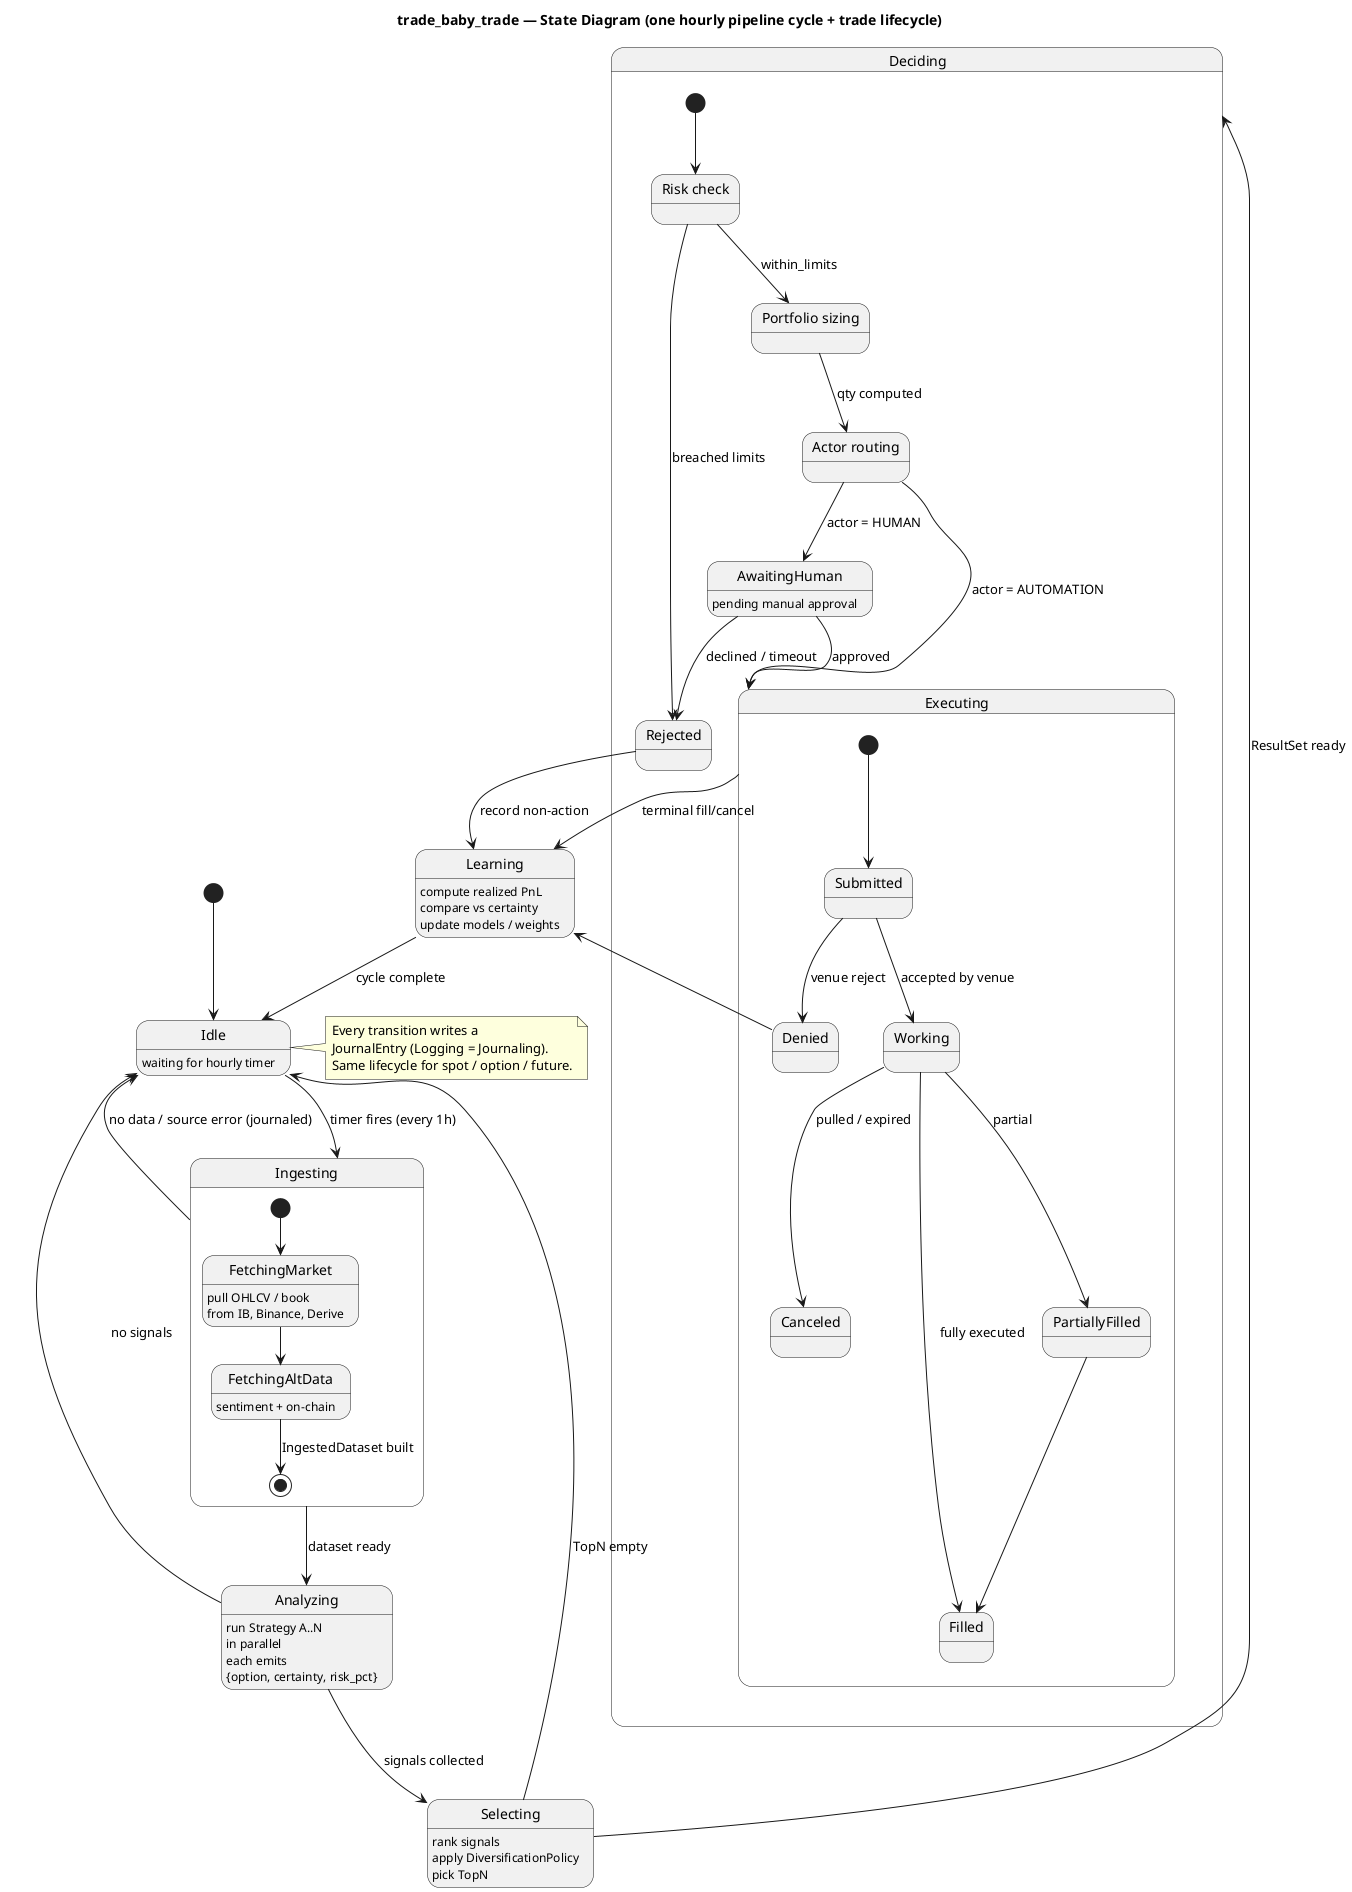
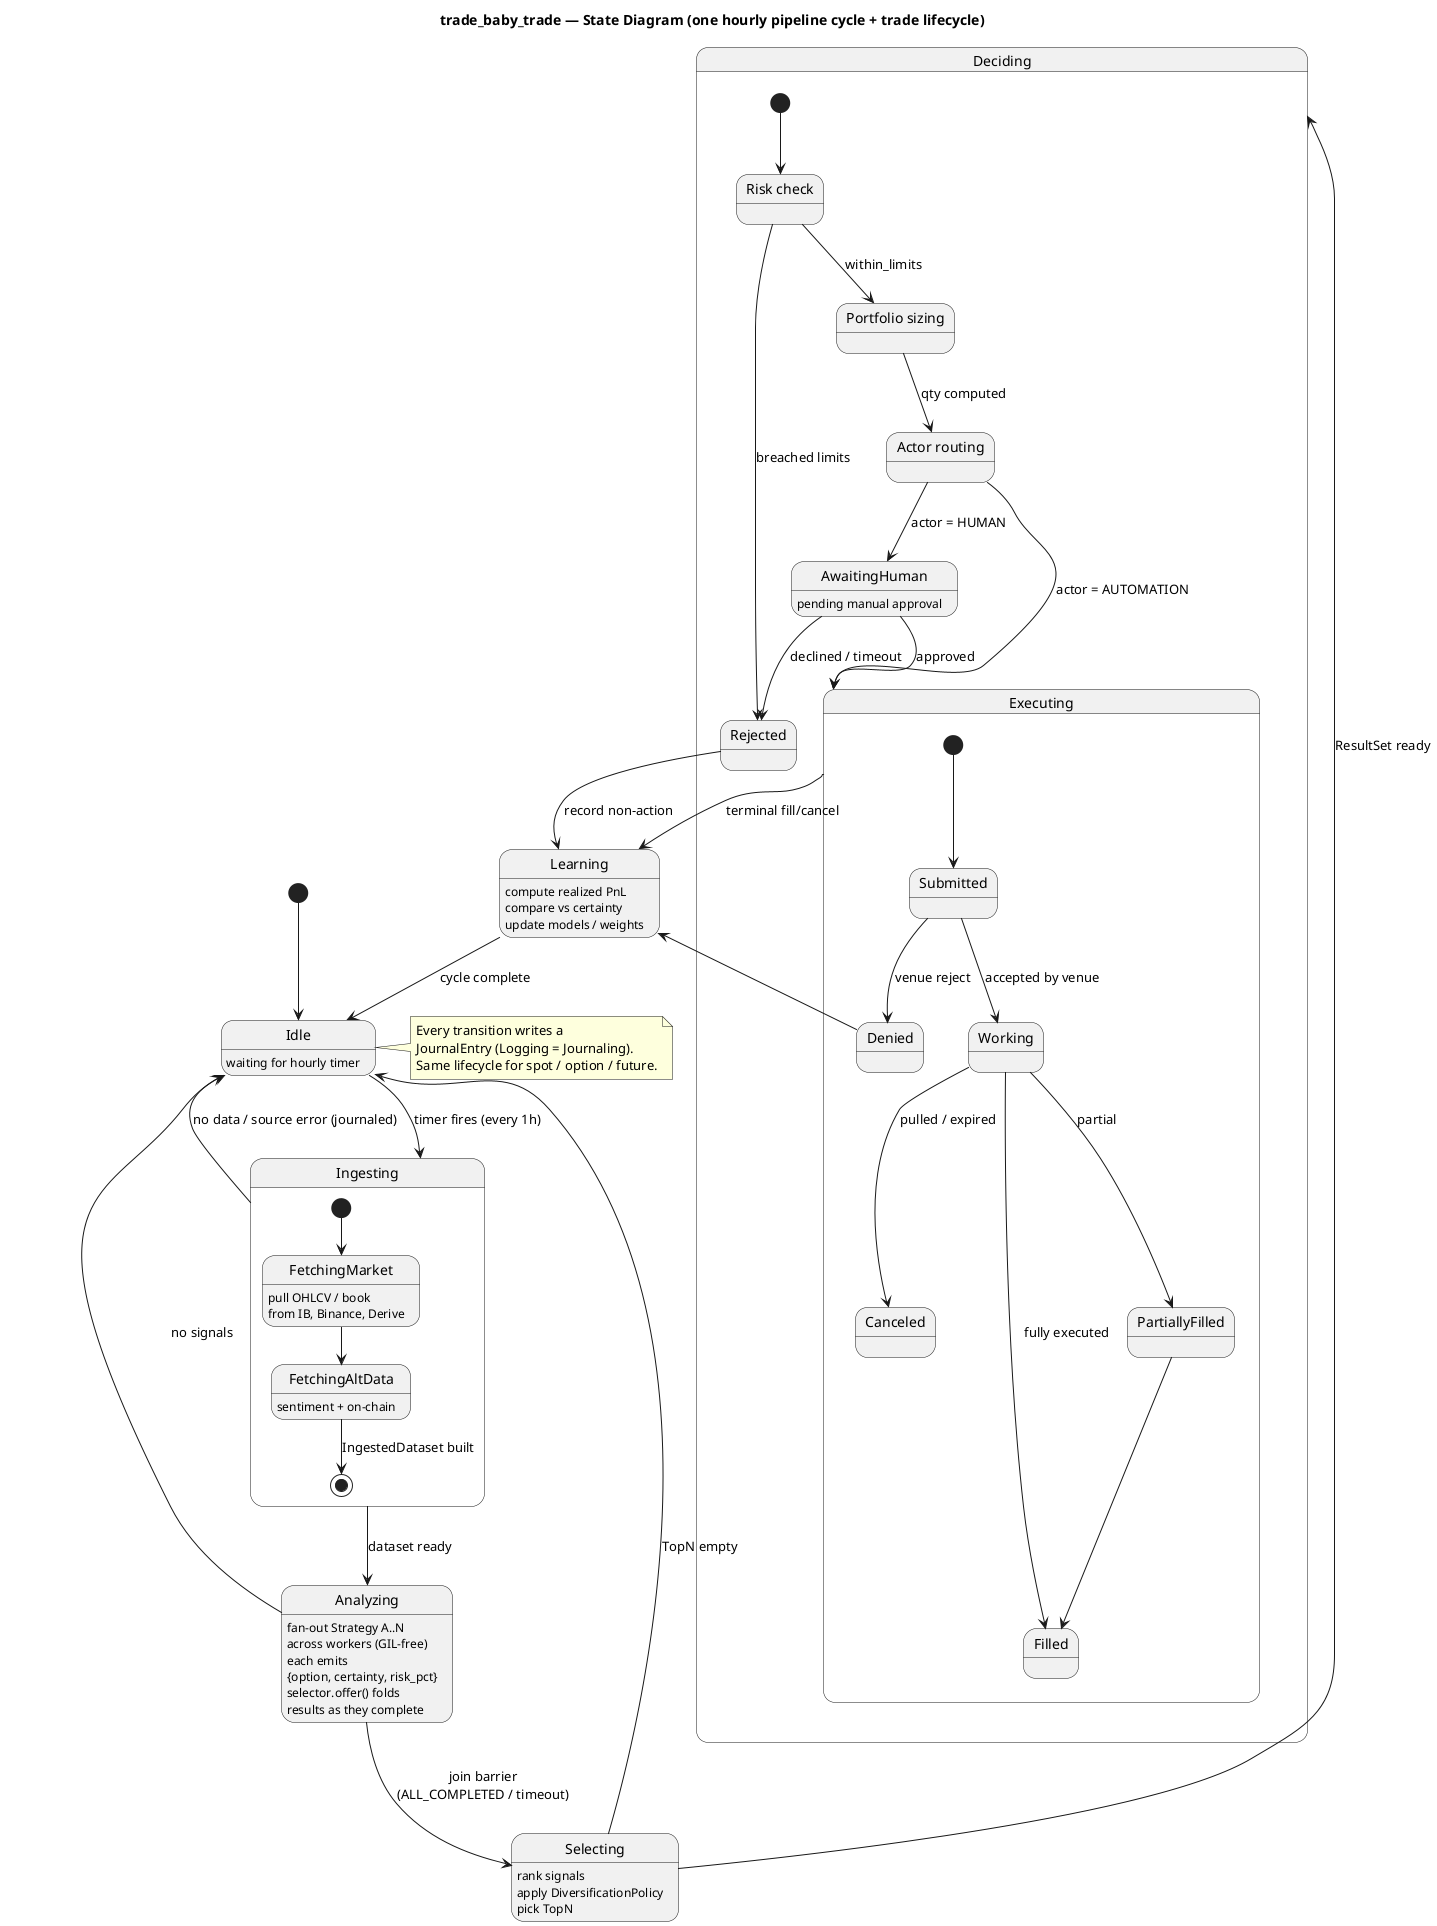
@startuml state-diagram
title trade_baby_trade — State Diagram (one hourly pipeline cycle + trade lifecycle)

[*] --> Idle

state Idle {
  Idle : waiting for hourly timer
}

Idle --> Ingesting : timer fires (every 1h)

state Ingesting {
  [*] --> FetchingMarket
  FetchingMarket : pull OHLCV / book\nfrom IB, Binance, Derive
  FetchingMarket --> FetchingAltData
  FetchingAltData : sentiment + on-chain
  FetchingAltData --> [*] : IngestedDataset built
}
Ingesting --> Analyzing : dataset ready
Ingesting --> Idle : no data / source error (journaled)

state Analyzing {
-   Analyzing : run Strategy A..N\nin parallel
+   Analyzing : fan-out Strategy A..N\nacross workers (GIL-free)
  Analyzing : each emits\n{option, certainty, risk_pct}
+   Analyzing : selector.offer() folds\nresults as they complete
}
- Analyzing --> Selecting : signals collected
+ Analyzing --> Selecting : join barrier\n(ALL_COMPLETED / timeout)
Analyzing --> Idle : no signals

state Selecting {
  Selecting : rank signals
  Selecting : apply DiversificationPolicy
  Selecting : pick TopN
}
Selecting --> Deciding : ResultSet ready
Selecting --> Idle : TopN empty

state Deciding {
  state "Risk check" as Risk
  state "Portfolio sizing" as Size
  state "Actor routing" as Route
  [*] --> Risk
  Risk --> Size : within_limits
  Risk --> Rejected : breached limits
  Size --> Route : qty computed
  Route --> AwaitingHuman : actor = HUMAN
  Route --> Executing : actor = AUTOMATION
}

state AwaitingHuman {
  AwaitingHuman : pending manual approval
}
AwaitingHuman --> Executing : approved
AwaitingHuman --> Rejected : declined / timeout

state Executing {
  [*] --> Submitted
  Submitted --> Working : accepted by venue
  Working --> Filled : fully executed
  Working --> PartiallyFilled : partial
  PartiallyFilled --> Filled
  Working --> Canceled : pulled / expired
  Submitted --> Denied : venue reject
}

Executing --> Learning : terminal fill/cancel
Rejected --> Learning : record non-action
Denied --> Learning

state Learning {
  Learning : compute realized PnL
  Learning : compare vs certainty
  Learning : update models / weights
}
Learning --> Idle : cycle complete

' Cross-cutting note
note right of Idle
  Every transition writes a
  JournalEntry (Logging = Journaling).
  Same lifecycle for spot / option / future.
end note
@enduml
